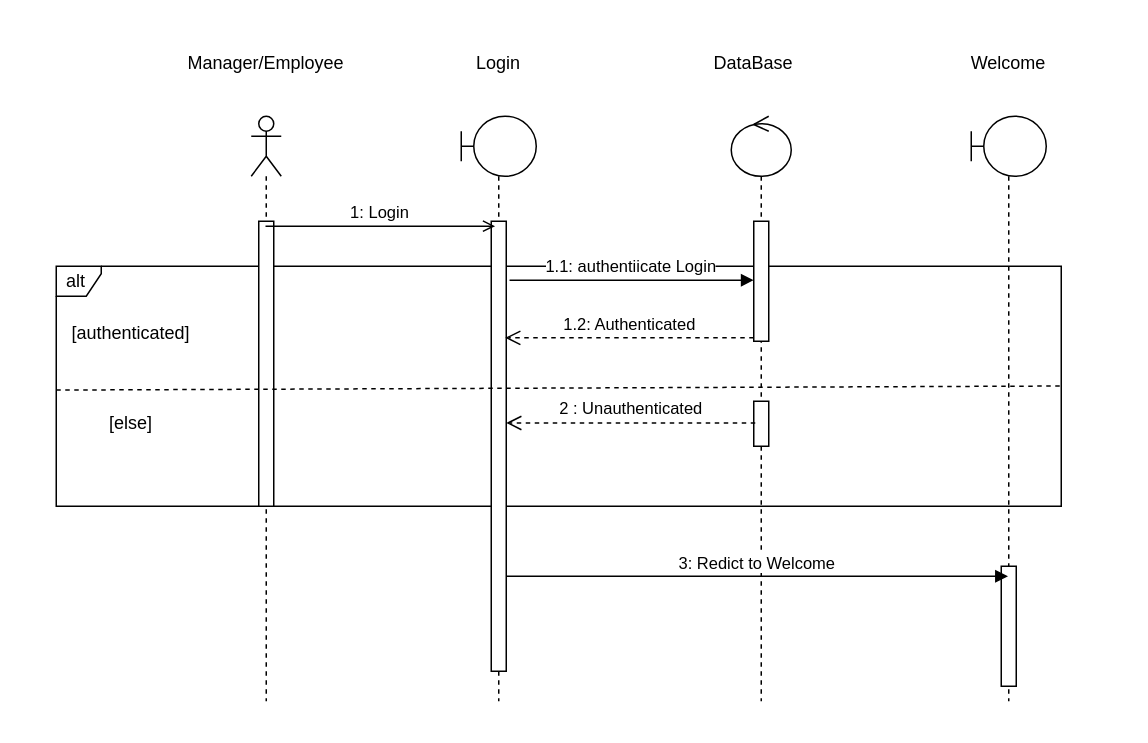
This is page "Eng" (2 of 2) of diagram/main/Sequence/Login.drawio from bosshentai/tccCode, a draw.io file, before an edit. Source tidied: cells renumbered, new cells numbered last; positions are measured from the earlier drawing's top-left corner, leaving out a move shared by most shapes. Both pictures are drawn from the tidied source at 150%, with x=0, y=0 at pixel (56, 40).
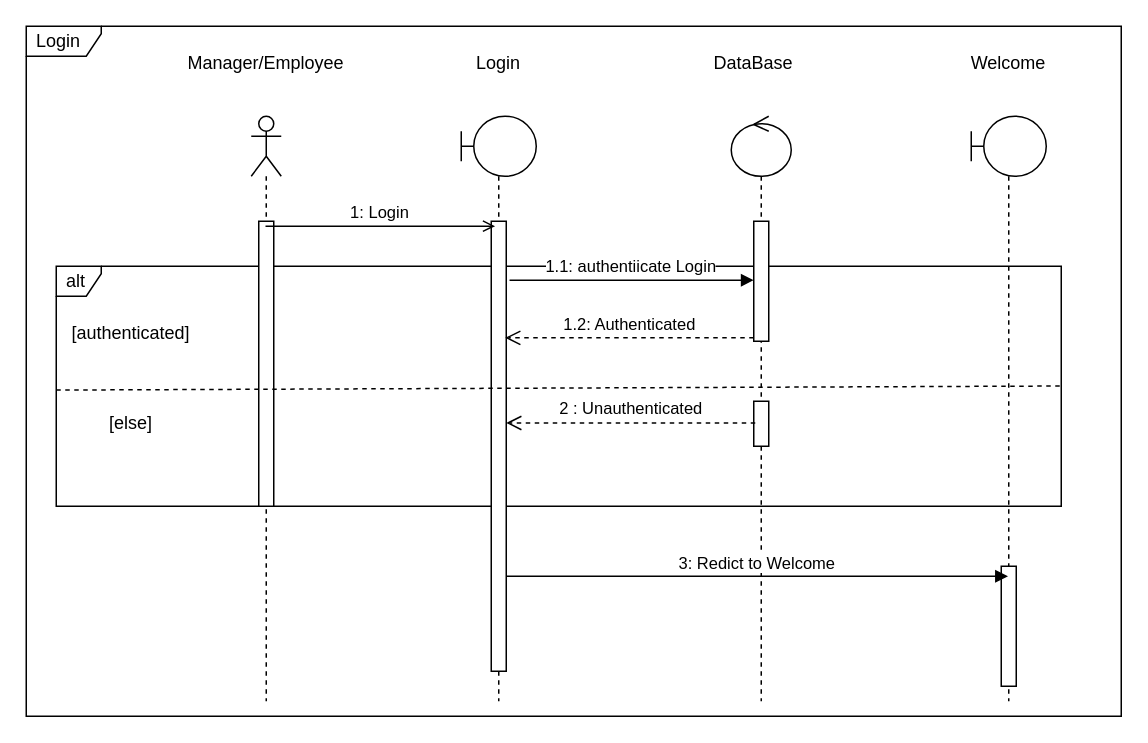
After the change.

Commit message (it also covers changes not shown here):
started the RegisterEmployee Sequence

Diff of the diagram source:
```diff
@@
+    <mxCell id="24" value="Login" style="shape=umlFrame;whiteSpace=wrap;html=1;width=50;height=20;boundedLbl=1;verticalAlign=middle;align=left;spacingLeft=5;" parent="1" vertex="1">
+      <mxGeometry x="-20" y="-10" width="730" height="460" as="geometry" />
+    </mxCell>
```
